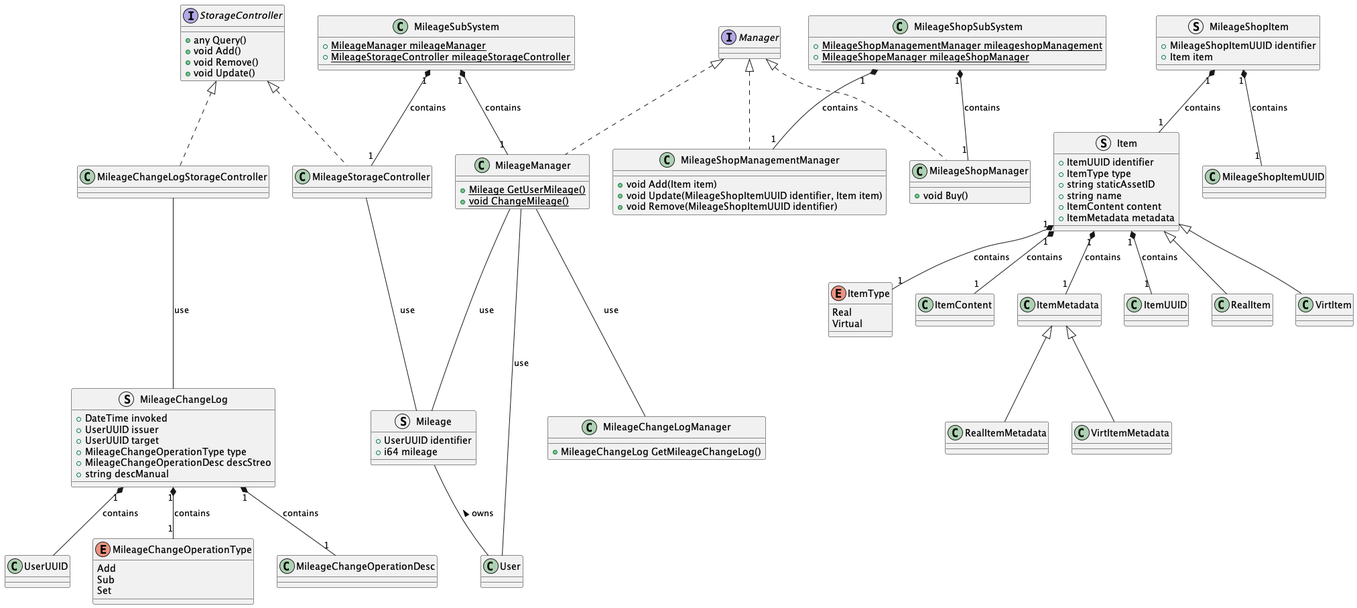
Above: rendered/Mileage.png in ShapeLayer/se-lecture-task__project-structure-definitions (PlantUML), before the change.
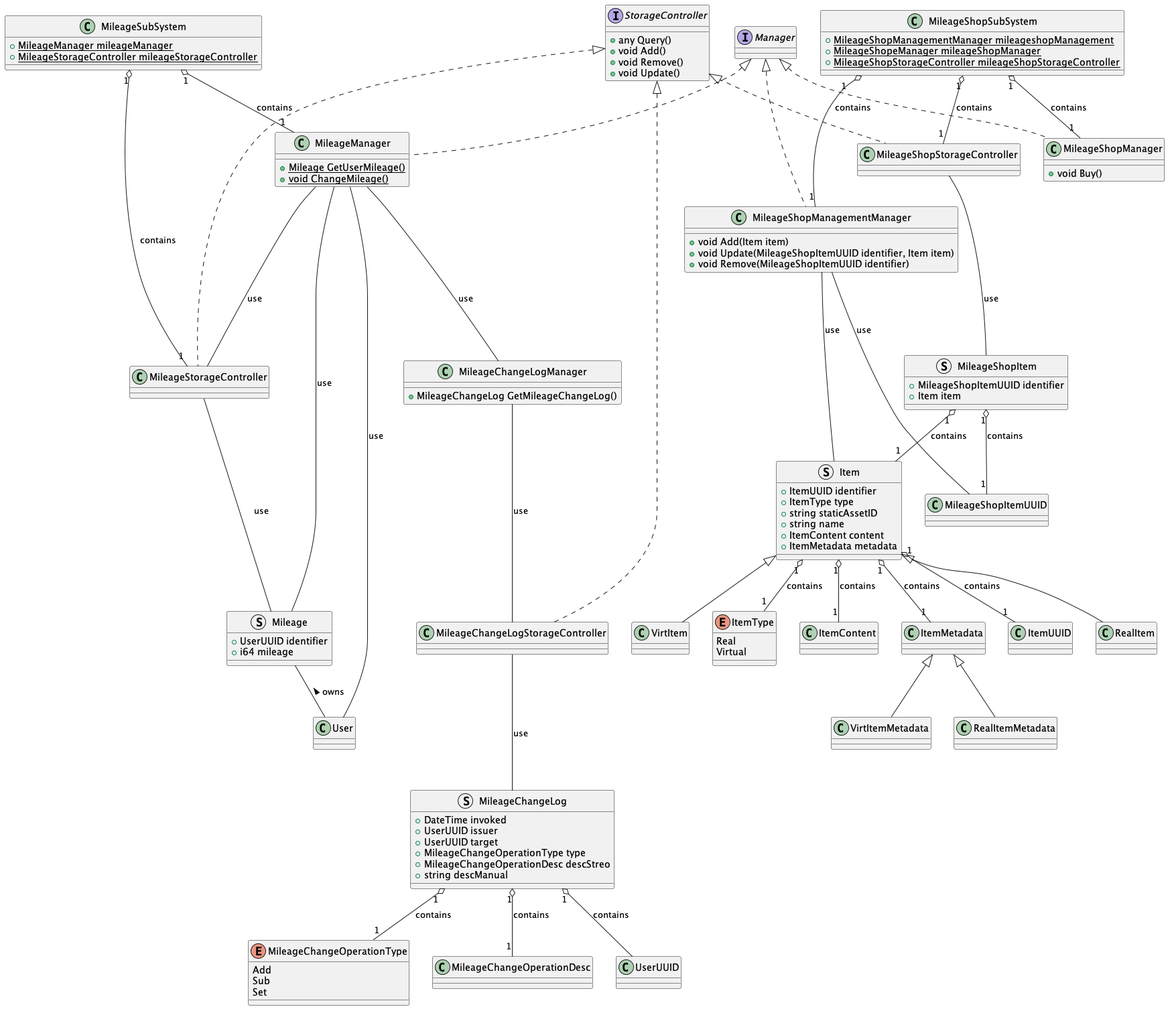
The same diagram one commit later.

What changed in the source:
```diff
@@ -26,10 +26,10 @@
     + ItemMetadata metadata
 }
 
-Item "1" *-- "1" ItemUUID : contains
-Item "1" *-- "1" ItemType : contains
-Item "1" *-- "1" ItemContent : contains
-Item "1" *-- "1" ItemMetadata : contains
+Item "1" o-- "1" ItemUUID : contains
+Item "1" o-- "1" ItemType : contains
+Item "1" o-- "1" ItemContent : contains
+Item "1" o-- "1" ItemMetadata : contains
 
 class RealItem extends Item {}
 class VirtItem extends Item {}
@@ -59,9 +59,9 @@
     + string descManual
 }
 
-MileageChangeLog "1" *-- UserUUID : contains
-MileageChangeLog "1" *-- "1" MileageChangeOperationType : contains
-MileageChangeLog "1" *-- "1" MileageChangeOperationDesc : contains
+MileageChangeLog "1" o-- UserUUID : contains
+MileageChangeLog "1" o-- "1" MileageChangeOperationType : contains
+MileageChangeLog "1" o-- "1" MileageChangeOperationDesc : contains
 
 class MileageManager implements Manager {
     + {static} Mileage GetUserMileage()
@@ -71,10 +71,13 @@
 MileageManager --- User : use
 MileageManager --- Mileage : use
 MileageManager --- MileageChangeLogManager : use
+MileageManager --- MileageStorageController : use
 
 class MileageChangeLogManager {
     + MileageChangeLog GetMileageChangeLog()
 }
+
+MileageChangeLogManager --- MileageChangeLogStorageController : use
 
 class MileageChangeLogStorageController implements StorageController {}
 MileageChangeLogStorageController --- MileageChangeLog : use
@@ -87,16 +90,16 @@
     + {static} MileageStorageController mileageStorageController
 }
 
-MileageSubSystem "1" *-- "1" MileageManager : contains
-MileageSubSystem "1" *-- "1" MileageStorageController : contains
+MileageSubSystem "1" o-- "1" MileageManager : contains
+MileageSubSystem "1" o-- "1" MileageStorageController : contains
 
 struct MileageShopItem {
     + MileageShopItemUUID identifier
     + Item item
 }
 
-MileageShopItem "1" *-- "1" MileageShopItemUUID : contains
-MileageShopItem "1" *-- "1" Item : contains
+MileageShopItem "1" o-- "1" MileageShopItemUUID : contains
+MileageShopItem "1" o-- "1" Item : contains
 
 class MileageShopManager implements Manager {
     + void Buy()
@@ -108,10 +111,18 @@
     + void Remove(MileageShopItemUUID identifier)
 }
 
+MileageShopManagementManager --- Item : use
+MileageShopManagementManager --- MileageShopItemUUID : use
+
+class MileageShopStorageController implements StorageController {}
+MileageShopStorageController --- MileageShopItem : use
+
 class MileageShopSubSystem {
     + {static} MileageShopManagementManager mileageshopManagement
     + {static} MileageShopeManager mileageShopManager
+    + {static} MileageShopStorageController mileageShopStorageController
 }
-MileageShopSubSystem "1" *-- "1" MileageShopManagementManager : contains
-MileageShopSubSystem "1" *-- "1" MileageShopManager : contains
+MileageShopSubSystem "1" o-- "1" MileageShopManagementManager : contains
+MileageShopSubSystem "1" o-- "1" MileageShopManager : contains
+MileageShopSubSystem "1" o-- "1" MileageShopStorageController : contains
 @enduml
```
